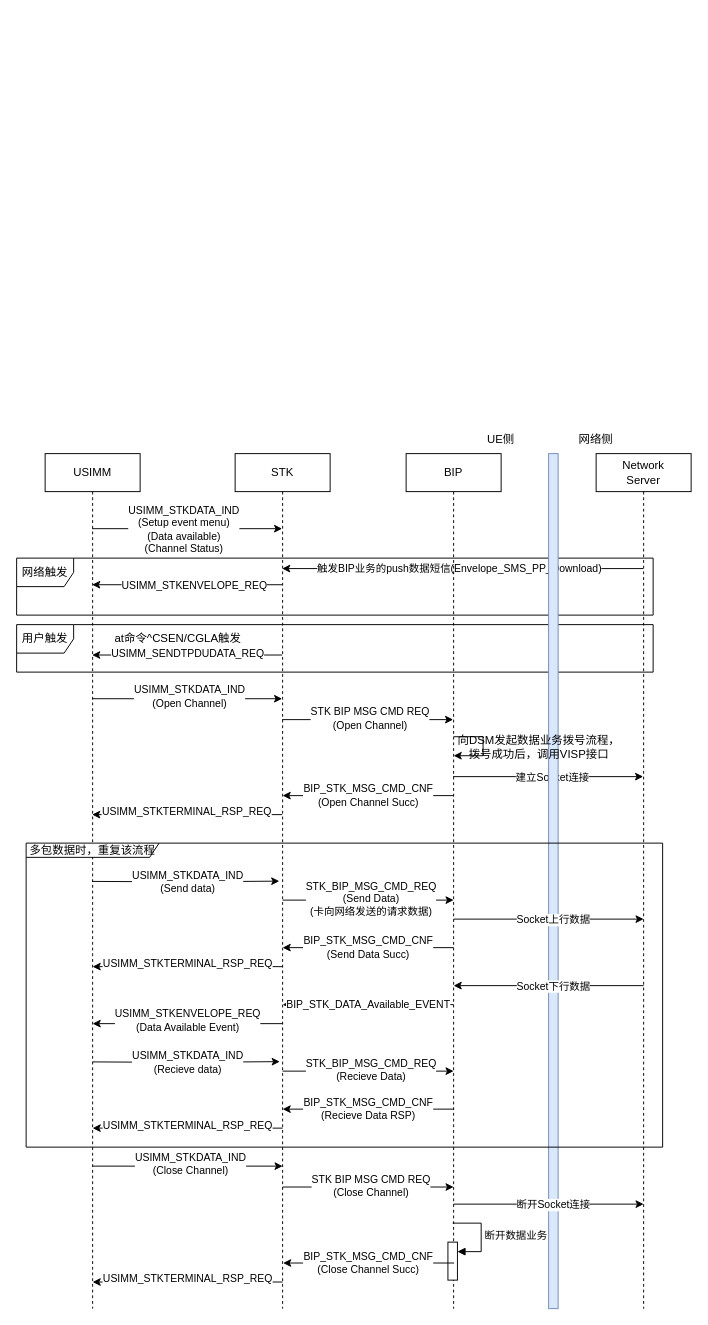
This is BIP业务流程.drawio from ghxbob/SIM-eSIM-Security-Research, a draw.io file, before an edit. Source tidied: cells renumbered, new cells numbered last; positions are measured from the earlier drawing's top-left corner, leaving out a move shared by most shapes. Both pictures are drawn from the tidied source at 95%, with x=0, y=0 at pixel (16, 425).
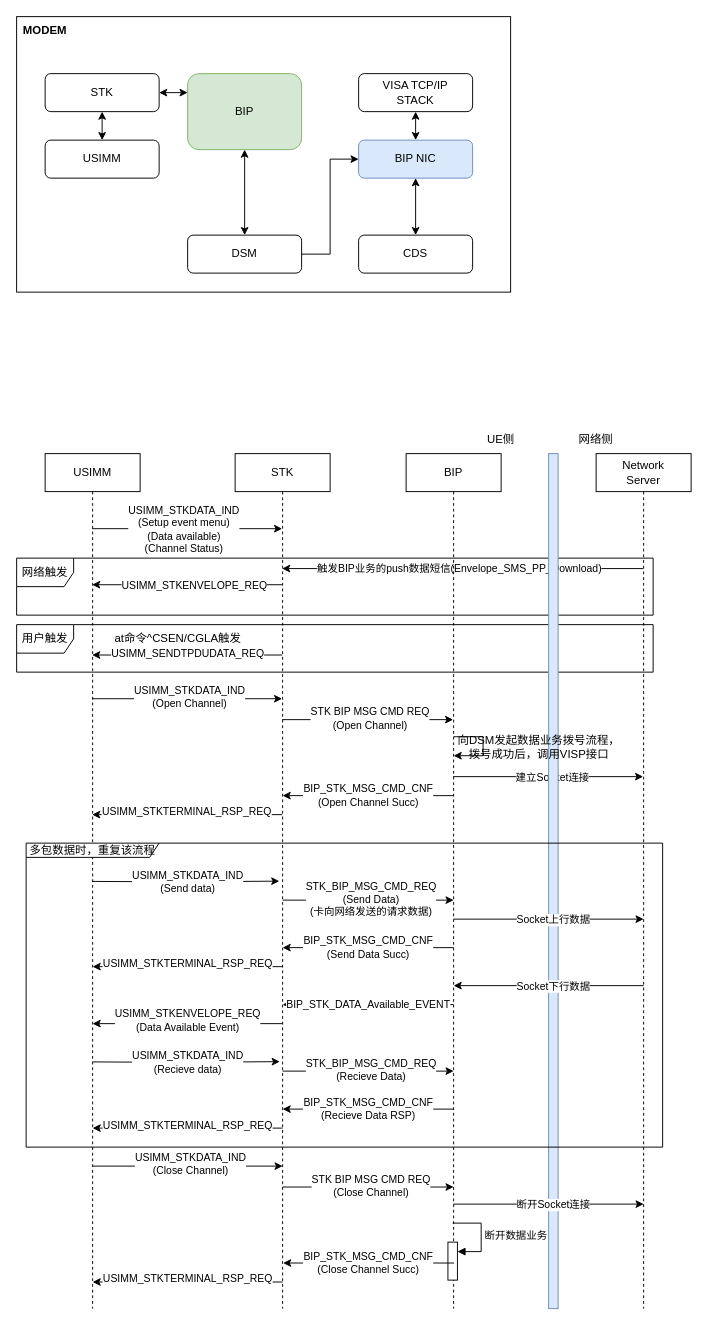
The same diagram, later.

Commit message:
更新BIP业务流程.drawio

What changed in the source:
```diff
@@
+    <mxCell id="69" style="rounded=0;whiteSpace=wrap;html=1;align=left;" parent="1" vertex="1">
+      <mxGeometry y="-430" width="520" height="290" as="geometry" />
+    </mxCell>
+    <mxCell id="70" style="edgeStyle=orthogonalEdgeStyle;rounded=0;jettySize=auto;html=1;exitX=1;exitY=0.5;exitDx=0;exitDy=0;entryX=0;entryY=0.25;entryDx=0;entryDy=0;startArrow=classic;startFill=1;" parent="1" edge="1" source="72" target="75">
+      <mxGeometry relative="1" as="geometry" />
+    </mxCell>
+    <mxCell id="71" style="edgeStyle=orthogonalEdgeStyle;rounded=0;jettySize=auto;html=1;exitX=0.5;exitY=1;exitDx=0;exitDy=0;entryX=0.5;entryY=0;entryDx=0;entryDy=0;startArrow=classic;startFill=1;" parent="1" edge="1" source="72" target="73">
+      <mxGeometry relative="1" as="geometry" />
+    </mxCell>
+    <mxCell id="72" value="STK" style="rounded=1;whiteSpace=wrap;html=1;" parent="1" vertex="1">
+      <mxGeometry x="30" y="-370" width="120" height="40" as="geometry" />
+    </mxCell>
+    <mxCell id="73" value="USIMM" style="rounded=1;whiteSpace=wrap;html=1;" parent="1" vertex="1">
+      <mxGeometry x="30" y="-300" width="120" height="40" as="geometry" />
+    </mxCell>
+    <mxCell id="74" style="edgeStyle=orthogonalEdgeStyle;rounded=0;jettySize=auto;html=1;exitX=0.5;exitY=1;exitDx=0;exitDy=0;entryX=0.5;entryY=0;entryDx=0;entryDy=0;startArrow=classic;startFill=1;" parent="1" edge="1" source="75" target="77">
+      <mxGeometry relative="1" as="geometry" />
+    </mxCell>
+    <mxCell id="75" value="BIP" style="rounded=1;whiteSpace=wrap;html=1;fillColor=#d5e8d4;strokeColor=#82b366;" parent="1" vertex="1">
+      <mxGeometry x="180" y="-370" width="120" height="80" as="geometry" />
+    </mxCell>
+    <mxCell id="76" style="edgeStyle=orthogonalEdgeStyle;rounded=0;jettySize=auto;html=1;exitX=1;exitY=0.5;exitDx=0;exitDy=0;entryX=0;entryY=0.5;entryDx=0;entryDy=0;" parent="1" edge="1" source="77" target="81">
+      <mxGeometry relative="1" as="geometry" />
+    </mxCell>
+    <mxCell id="77" value="DSM" style="rounded=1;whiteSpace=wrap;html=1;" parent="1" vertex="1">
+      <mxGeometry x="180" y="-200" width="120" height="40" as="geometry" />
+    </mxCell>
+    <mxCell id="78" style="edgeStyle=orthogonalEdgeStyle;rounded=0;jettySize=auto;html=1;exitX=0.5;exitY=1;exitDx=0;exitDy=0;entryX=0.5;entryY=0;entryDx=0;entryDy=0;startArrow=classic;startFill=1;" parent="1" edge="1" source="79" target="81">
+      <mxGeometry relative="1" as="geometry" />
+    </mxCell>
+    <mxCell id="79" value="VISA TCP/IP&lt;div&gt;STACK&lt;/div&gt;" style="rounded=1;whiteSpace=wrap;html=1;" parent="1" vertex="1">
+      <mxGeometry x="360" y="-370" width="120" height="40" as="geometry" />
+    </mxCell>
+    <mxCell id="80" style="edgeStyle=orthogonalEdgeStyle;rounded=0;jettySize=auto;html=1;exitX=0.5;exitY=1;exitDx=0;exitDy=0;entryX=0.5;entryY=0;entryDx=0;entryDy=0;startArrow=classic;startFill=1;" parent="1" edge="1" source="81" target="82">
+      <mxGeometry relative="1" as="geometry" />
+    </mxCell>
+    <mxCell id="81" value="BIP NIC" style="rounded=1;whiteSpace=wrap;html=1;fillColor=#dae8fc;strokeColor=#6c8ebf;" parent="1" vertex="1">
+      <mxGeometry x="360" y="-300" width="120" height="40" as="geometry" />
+    </mxCell>
+    <mxCell id="82" value="CDS" style="rounded=1;whiteSpace=wrap;html=1;" parent="1" vertex="1">
+      <mxGeometry x="360" y="-200" width="120" height="40" as="geometry" />
+    </mxCell>
+    <mxCell id="83" value="&lt;b&gt;MODEM&lt;/b&gt;" style="text;html=1;whiteSpace=wrap;strokeColor=none;fillColor=none;align=center;verticalAlign=middle;rounded=0;" parent="1" vertex="1">
+      <mxGeometry y="-430" width="60" height="30" as="geometry" />
+    </mxCell>
```
